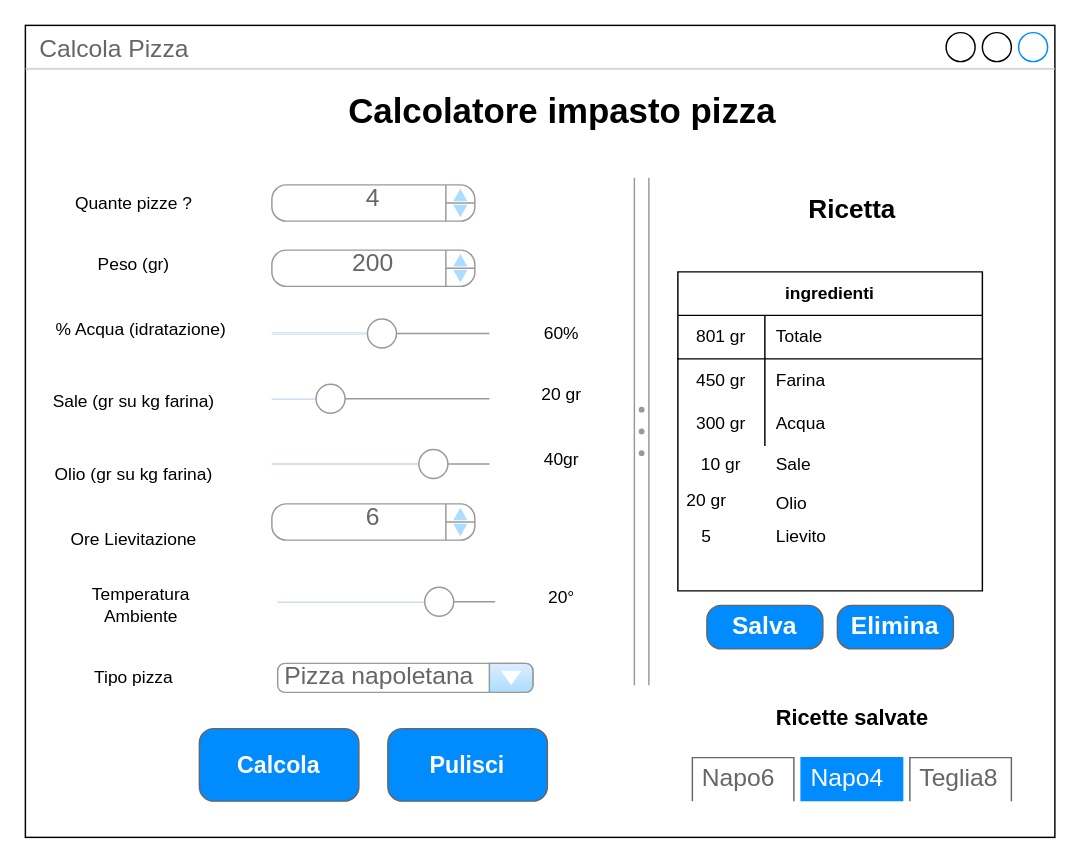
The draw.io diagram Copy of mockup.drawio in micki10/CalcolaPizza, before the edit. Source tidied: cells renumbered, new cells numbered last; positions are measured from the earlier drawing's top-left corner, leaving out a move shared by most shapes. Both pictures are drawn from the tidied source at 145%, with x=0, y=0 at pixel (25, 25).
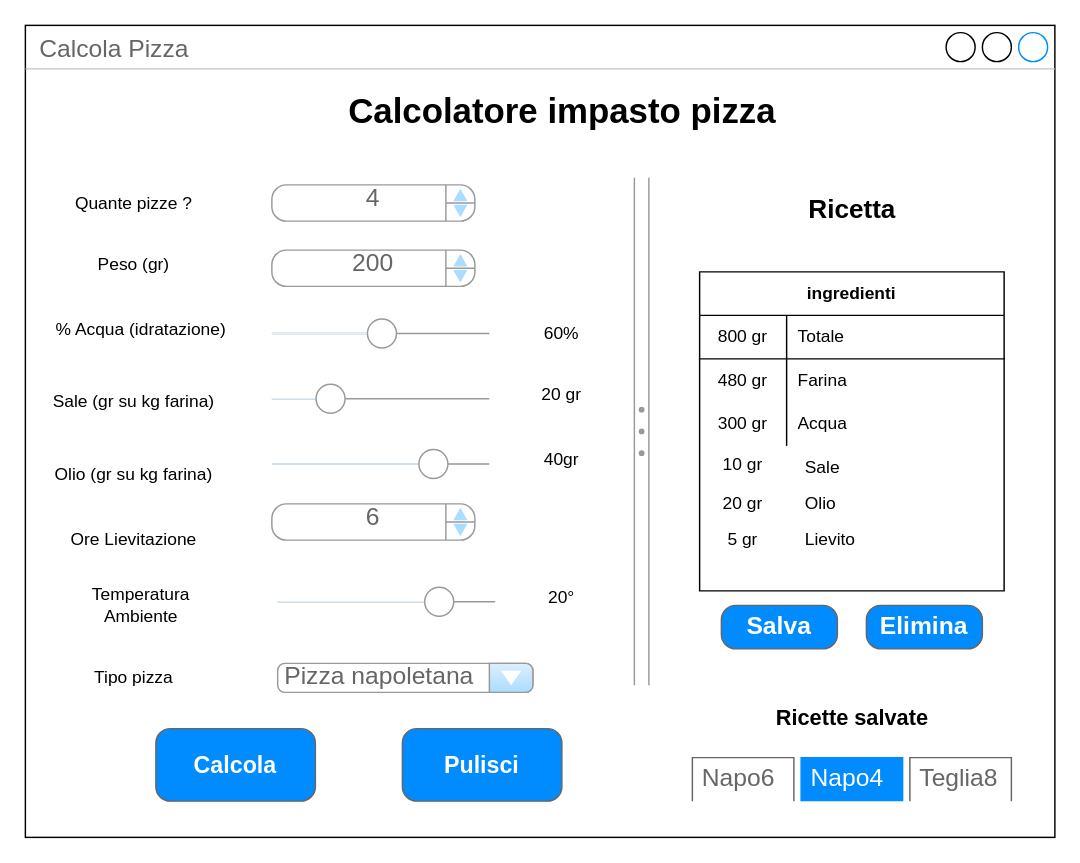
After the change.

The change refers to these unchanged cells:
```xml
<mxCell id="30" style="shape=partialRectangle;html=1;whiteSpace=wrap;fillColor=none;top=0;left=0;bottom=1;right=0;" parent="29" vertex="1">
  <mxGeometry y="30" width="210" height="30" as="geometry" />
</mxCell>
<mxCell id="33" style="shape=partialRectangle;html=1;whiteSpace=wrap;fillColor=none;top=0;left=0;bottom=0;right=0;" parent="29" vertex="1">
  <mxGeometry y="60" width="210" height="30" as="geometry" />
</mxCell>
```

Change to the diagram source:
```diff
@@
     <mxCell id="24" style="strokeWidth=1;shadow=0;dashed=0;align=center;html=1;shape=mxgraph.mockup.buttons.multiButton;fillColor=#008cff;strokeColor=#666666;mainText=;subText=;" parent="1" vertex="1">
-      <mxGeometry x="120" y="485" width="110" height="50" as="geometry" />
+      <mxGeometry x="90" y="485" width="110" height="50" as="geometry" />
     </mxCell>
@@
     <mxCell id="29" value="ingredienti" style="shape=table;html=1;whiteSpace=wrap;startSize=30;childLayout=tableLayout;rowLines=0;fontStyle=1;align=center;fillColor=#ffffff;" parent="1" vertex="1">
-      <mxGeometry x="450" y="170" width="210" height="220" as="geometry" />
+      <mxGeometry x="465" y="170" width="210" height="220" as="geometry" />
     </mxCell>
@@
-    <mxCell id="31" value="801 gr" style="shape=partialRectangle;html=1;whiteSpace=wrap;fillColor=none;top=0;left=0;bottom=0;right=0;overflow=hidden;" parent="30" vertex="1">
+    <mxCell id="31" value="800 gr" style="shape=partialRectangle;html=1;whiteSpace=wrap;fillColor=none;top=0;left=0;bottom=0;right=0;overflow=hidden;" parent="30" vertex="1">
       <mxGeometry width="60" height="30" as="geometry" />
     </mxCell>
@@
-    <mxCell id="34" value="450 gr" style="shape=partialRectangle;html=1;whiteSpace=wrap;fillColor=none;top=0;left=0;bottom=0;right=0;overflow=hidden;" parent="33" vertex="1">
+    <mxCell id="34" value="480 gr" style="shape=partialRectangle;html=1;whiteSpace=wrap;fillColor=none;top=0;left=0;bottom=0;right=0;overflow=hidden;" parent="33" vertex="1">
       <mxGeometry width="60" height="30" as="geometry" />
     </mxCell>
@@
     <mxCell id="39" value="Sale" style="shape=partialRectangle;html=1;whiteSpace=wrap;fillColor=none;top=0;left=0;bottom=0;right=0;align=left;spacingLeft=6;overflow=hidden;" parent="1" vertex="1">
-      <mxGeometry x="510" y="290" width="140" height="25" as="geometry" />
+      <mxGeometry x="530" y="292.5" width="140" height="25" as="geometry" />
     </mxCell>
     <mxCell id="40" value="Olio" style="shape=partialRectangle;html=1;whiteSpace=wrap;fillColor=none;top=0;left=0;bottom=0;right=0;align=left;spacingLeft=6;overflow=hidden;" parent="1" vertex="1">
-      <mxGeometry x="510" y="317.5" width="140" height="25" as="geometry" />
+      <mxGeometry x="530" y="317.5" width="140" height="25" as="geometry" />
     </mxCell>
     <mxCell id="41" value="Lievito" style="shape=partialRectangle;html=1;whiteSpace=wrap;fillColor=none;top=0;left=0;bottom=0;right=0;align=left;spacingLeft=6;overflow=hidden;" parent="1" vertex="1">
-      <mxGeometry x="510" y="340" width="140" height="25" as="geometry" />
+      <mxGeometry x="530" y="342.5" width="140" height="25" as="geometry" />
     </mxCell>
     <mxCell id="42" value="10 gr" style="shape=partialRectangle;html=1;whiteSpace=wrap;fillColor=none;top=0;left=0;bottom=0;right=0;overflow=hidden;" parent="1" vertex="1">
-      <mxGeometry x="460" y="287.5" width="40" height="30" as="geometry" />
+      <mxGeometry x="475" y="287.5" width="40" height="30" as="geometry" />
     </mxCell>
     <mxCell id="43" value="20 gr" style="shape=partialRectangle;html=1;whiteSpace=wrap;fillColor=none;top=0;left=0;bottom=0;right=0;overflow=hidden;" parent="1" vertex="1">
-      <mxGeometry x="450" y="312.5" width="40" height="30" as="geometry" />
+      <mxGeometry x="475" y="315" width="40" height="30" as="geometry" />
     </mxCell>
-    <mxCell id="44" value="5" style="shape=partialRectangle;html=1;whiteSpace=wrap;fillColor=none;top=0;left=0;bottom=0;right=0;overflow=hidden;" parent="1" vertex="1">
-      <mxGeometry x="450" y="337.5" width="40" height="30" as="geometry" />
+    <mxCell id="44" value="5 gr" style="shape=partialRectangle;html=1;whiteSpace=wrap;fillColor=none;top=0;left=0;bottom=0;right=0;overflow=hidden;" parent="1" vertex="1">
+      <mxGeometry x="475" y="345" width="40" height="20" as="geometry" />
     </mxCell>
     <mxCell id="45" value="Salva" style="strokeWidth=1;shadow=0;dashed=0;align=center;html=1;shape=mxgraph.mockup.buttons.button;strokeColor=#666666;fontColor=#ffffff;mainText=;buttonStyle=round;fontSize=17;fontStyle=1;fillColor=#008cff;whiteSpace=wrap;" parent="1" vertex="1">
-      <mxGeometry x="470" y="400" width="80" height="30" as="geometry" />
+      <mxGeometry x="480" y="400" width="80" height="30" as="geometry" />
     </mxCell>
     <mxCell id="46" value="Elimina" style="strokeWidth=1;shadow=0;dashed=0;align=center;html=1;shape=mxgraph.mockup.buttons.button;strokeColor=#666666;fontColor=#ffffff;mainText=;buttonStyle=round;fontSize=17;fontStyle=1;fillColor=#008cff;whiteSpace=wrap;" parent="1" vertex="1">
-      <mxGeometry x="560" y="400" width="80" height="30" as="geometry" />
+      <mxGeometry x="580" y="400" width="80" height="30" as="geometry" />
     </mxCell>
     <mxCell id="47" style="strokeWidth=1;shadow=0;dashed=0;align=center;html=1;shape=mxgraph.mockup.buttons.multiButton;fillColor=#008cff;strokeColor=#666666;mainText=;subText=;" parent="1" vertex="1">
-      <mxGeometry x="250" y="485" width="110" height="50" as="geometry" />
+      <mxGeometry x="260" y="485" width="110" height="50" as="geometry" />
     </mxCell>
```
